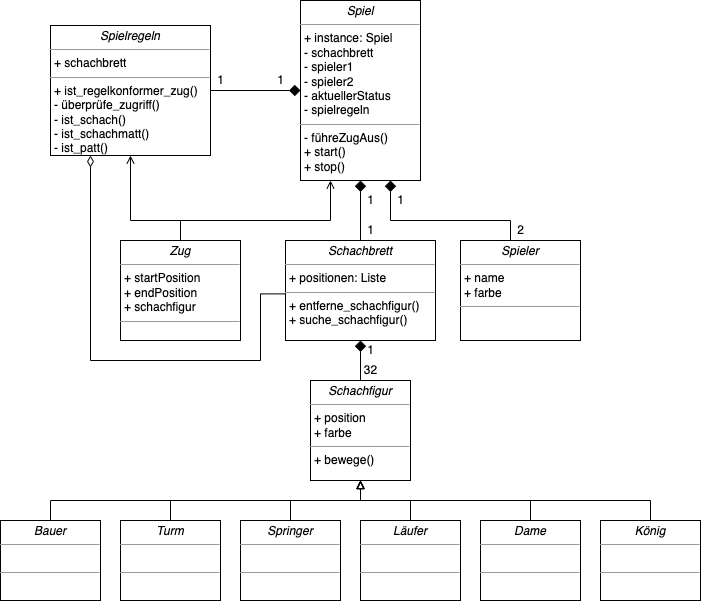
Before: Schach_UML.png, a diagram exported from draw.io (tobiasknode/chess). Source tidied: cells renumbered, new cells last; positions are measured from the earlier drawing's top-left corner, leaving out a move shared by most shapes.
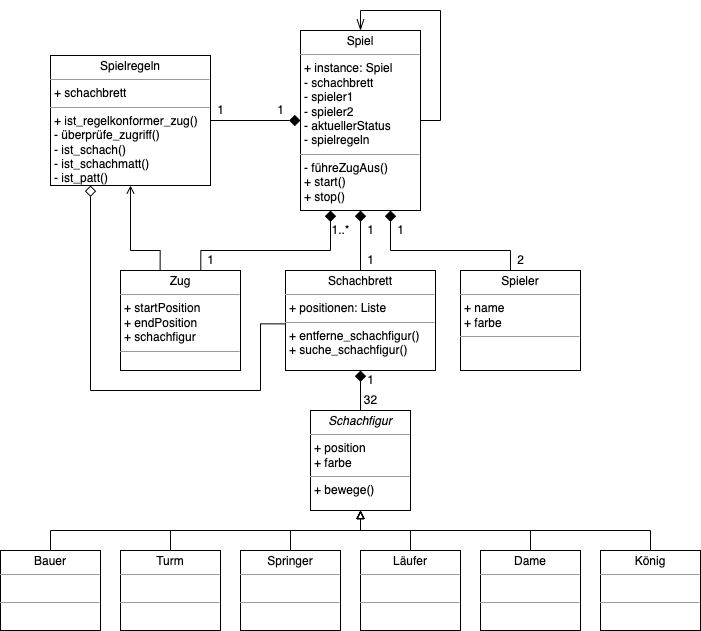
The same diagram one commit later.

Commit message:
CHORE: Updated UML diagram

Change to the diagram source:
```diff
@@ -5,10 +5,10 @@
     <mxCell id="2" style="edgeStyle=orthogonalEdgeStyle;rounded=0;jettySize=auto;html=1;endArrow=diamond;endFill=1;endSize=9;" parent="1" edge="1" source="3" target="4">
       <mxGeometry relative="1" as="geometry" />
     </mxCell>
-    <mxCell id="3" value="&lt;p style=&quot;margin:0px;margin-top:4px;text-align:center;&quot;&gt;&lt;i&gt;Spielregeln&lt;/i&gt;&lt;/p&gt;&lt;hr size=&quot;1&quot;&gt;&lt;p style=&quot;margin:0px;margin-left:4px;&quot;&gt;+ schachbrett&lt;/p&gt;&lt;hr size=&quot;1&quot;&gt;&lt;p style=&quot;margin:0px;margin-left:4px;&quot;&gt;+ ist_regelkonformer_zug()&lt;/p&gt;&lt;p style=&quot;margin:0px;margin-left:4px;&quot;&gt;- überprüfe_zugriff()&lt;br&gt;- ist_schach()&lt;/p&gt;&lt;p style=&quot;margin:0px;margin-left:4px;&quot;&gt;- ist_schachmatt()&lt;/p&gt;&lt;p style=&quot;margin:0px;margin-left:4px;&quot;&gt;- ist_patt()&lt;/p&gt;" style="verticalAlign=top;align=left;overflow=fill;fontSize=12;fontFamily=Helvetica;html=1;rounded=0;shadow=0;comic=0;labelBackgroundColor=none;strokeWidth=1;" parent="1" vertex="1">
+    <mxCell id="3" value="&lt;p style=&quot;margin:0px;margin-top:4px;text-align:center;&quot;&gt;Spielregeln&lt;/p&gt;&lt;hr size=&quot;1&quot;&gt;&lt;p style=&quot;margin:0px;margin-left:4px;&quot;&gt;+ schachbrett&lt;/p&gt;&lt;hr size=&quot;1&quot;&gt;&lt;p style=&quot;margin:0px;margin-left:4px;&quot;&gt;+ ist_regelkonformer_zug()&lt;/p&gt;&lt;p style=&quot;margin:0px;margin-left:4px;&quot;&gt;- überprüfe_zugriff()&lt;br&gt;- ist_schach()&lt;/p&gt;&lt;p style=&quot;margin:0px;margin-left:4px;&quot;&gt;- ist_schachmatt()&lt;/p&gt;&lt;p style=&quot;margin:0px;margin-left:4px;&quot;&gt;- ist_patt()&lt;/p&gt;" style="verticalAlign=top;align=left;overflow=fill;fontSize=12;fontFamily=Helvetica;html=1;rounded=0;shadow=0;comic=0;labelBackgroundColor=none;strokeWidth=1;" parent="1" vertex="1">
       <mxGeometry x="50" y="25" width="160" height="130" as="geometry" />
     </mxCell>
-    <mxCell id="4" value="&lt;p style=&quot;margin:0px;margin-top:4px;text-align:center;&quot;&gt;&lt;i&gt;Spiel&lt;/i&gt;&lt;/p&gt;&lt;hr size=&quot;1&quot;&gt;&lt;p style=&quot;margin:0px;margin-left:4px;&quot;&gt;+ instance: Spiel&lt;/p&gt;&lt;p style=&quot;margin:0px;margin-left:4px;&quot;&gt;- schachbrett&lt;/p&gt;&lt;p style=&quot;margin:0px;margin-left:4px;&quot;&gt;- spieler1&lt;/p&gt;&lt;p style=&quot;margin:0px;margin-left:4px;&quot;&gt;- spieler2&lt;/p&gt;&lt;p style=&quot;margin:0px;margin-left:4px;&quot;&gt;- aktuellerStatus&lt;/p&gt;&lt;p style=&quot;margin:0px;margin-left:4px;&quot;&gt;- spielregeln&lt;/p&gt;&lt;hr size=&quot;1&quot;&gt;&lt;p style=&quot;margin:0px;margin-left:4px;&quot;&gt;- führeZugAus()&lt;br&gt;&lt;/p&gt;&lt;p style=&quot;margin:0px;margin-left:4px;&quot;&gt;+ start()&lt;/p&gt;&lt;p style=&quot;margin:0px;margin-left:4px;&quot;&gt;+ stop()&lt;/p&gt;" style="verticalAlign=top;align=left;overflow=fill;fontSize=12;fontFamily=Helvetica;html=1;rounded=0;shadow=0;comic=0;labelBackgroundColor=none;strokeWidth=1;" parent="1" vertex="1">
+    <mxCell id="4" value="&lt;p style=&quot;margin:0px;margin-top:4px;text-align:center;&quot;&gt;Spiel&lt;/p&gt;&lt;hr size=&quot;1&quot;&gt;&lt;p style=&quot;margin:0px;margin-left:4px;&quot;&gt;+ instance: Spiel&lt;/p&gt;&lt;p style=&quot;margin:0px;margin-left:4px;&quot;&gt;- schachbrett&lt;/p&gt;&lt;p style=&quot;margin:0px;margin-left:4px;&quot;&gt;- spieler1&lt;/p&gt;&lt;p style=&quot;margin:0px;margin-left:4px;&quot;&gt;- spieler2&lt;/p&gt;&lt;p style=&quot;margin:0px;margin-left:4px;&quot;&gt;- aktuellerStatus&lt;/p&gt;&lt;p style=&quot;margin:0px;margin-left:4px;&quot;&gt;- spielregeln&lt;/p&gt;&lt;hr size=&quot;1&quot;&gt;&lt;p style=&quot;margin:0px;margin-left:4px;&quot;&gt;- führeZugAus()&lt;br&gt;&lt;/p&gt;&lt;p style=&quot;margin:0px;margin-left:4px;&quot;&gt;+ start()&lt;/p&gt;&lt;p style=&quot;margin:0px;margin-left:4px;&quot;&gt;+ stop()&lt;/p&gt;" style="verticalAlign=top;align=left;overflow=fill;fontSize=12;fontFamily=Helvetica;html=1;rounded=0;shadow=0;comic=0;labelBackgroundColor=none;strokeWidth=1;" parent="1" vertex="1">
       <mxGeometry x="300" width="120" height="180" as="geometry" />
     </mxCell>
     <mxCell id="5" style="edgeStyle=orthogonalEdgeStyle;rounded=0;jettySize=auto;html=1;entryX=0.5;entryY=1;entryDx=0;entryDy=0;endArrow=diamond;endFill=1;endSize=9;" parent="1" edge="1" source="6" target="21">
@@ -25,7 +25,7 @@
         </Array>
       </mxGeometry>
     </mxCell>
-    <mxCell id="8" value="&lt;p style=&quot;margin:0px;margin-top:4px;text-align:center;&quot;&gt;&lt;i&gt;Bauer&lt;/i&gt;&lt;/p&gt;&lt;hr size=&quot;1&quot;&gt;&lt;p style=&quot;margin:0px;margin-left:4px;&quot;&gt;&lt;br&gt;&lt;/p&gt;&lt;hr size=&quot;1&quot;&gt;&lt;p style=&quot;margin:0px;margin-left:4px;&quot;&gt;&lt;br&gt;&lt;/p&gt;" style="verticalAlign=top;align=left;overflow=fill;fontSize=12;fontFamily=Helvetica;html=1;rounded=0;shadow=0;comic=0;labelBackgroundColor=none;strokeWidth=1;" parent="1" vertex="1">
+    <mxCell id="8" value="&lt;p style=&quot;margin:0px;margin-top:4px;text-align:center;&quot;&gt;Bauer&lt;/p&gt;&lt;hr size=&quot;1&quot;&gt;&lt;p style=&quot;margin:0px;margin-left:4px;&quot;&gt;&lt;br&gt;&lt;/p&gt;&lt;hr size=&quot;1&quot;&gt;&lt;p style=&quot;margin:0px;margin-left:4px;&quot;&gt;&lt;br&gt;&lt;/p&gt;" style="verticalAlign=top;align=left;overflow=fill;fontSize=12;fontFamily=Helvetica;html=1;rounded=0;shadow=0;comic=0;labelBackgroundColor=none;strokeWidth=1;" parent="1" vertex="1">
       <mxGeometry y="520" width="100" height="80" as="geometry" />
     </mxCell>
     <mxCell id="9" style="edgeStyle=orthogonalEdgeStyle;rounded=0;jettySize=auto;html=1;entryX=0.5;entryY=1;entryDx=0;entryDy=0;endArrow=block;endFill=0;" parent="1" edge="1" source="10" target="6">
@@ -36,7 +36,7 @@
         </Array>
       </mxGeometry>
     </mxCell>
-    <mxCell id="10" value="&lt;p style=&quot;margin:0px;margin-top:4px;text-align:center;&quot;&gt;&lt;i&gt;Turm&lt;/i&gt;&lt;/p&gt;&lt;hr size=&quot;1&quot;&gt;&lt;p style=&quot;margin:0px;margin-left:4px;&quot;&gt;&lt;br&gt;&lt;/p&gt;&lt;hr size=&quot;1&quot;&gt;&lt;p style=&quot;margin:0px;margin-left:4px;&quot;&gt;&lt;br&gt;&lt;/p&gt;" style="verticalAlign=top;align=left;overflow=fill;fontSize=12;fontFamily=Helvetica;html=1;rounded=0;shadow=0;comic=0;labelBackgroundColor=none;strokeWidth=1;" parent="1" vertex="1">
+    <mxCell id="10" value="&lt;p style=&quot;margin:0px;margin-top:4px;text-align:center;&quot;&gt;Turm&lt;/p&gt;&lt;hr size=&quot;1&quot;&gt;&lt;p style=&quot;margin:0px;margin-left:4px;&quot;&gt;&lt;br&gt;&lt;/p&gt;&lt;hr size=&quot;1&quot;&gt;&lt;p style=&quot;margin:0px;margin-left:4px;&quot;&gt;&lt;br&gt;&lt;/p&gt;" style="verticalAlign=top;align=left;overflow=fill;fontSize=12;fontFamily=Helvetica;html=1;rounded=0;shadow=0;comic=0;labelBackgroundColor=none;strokeWidth=1;" parent="1" vertex="1">
       <mxGeometry x="120" y="520" width="100" height="80" as="geometry" />
     </mxCell>
     <mxCell id="11" style="edgeStyle=orthogonalEdgeStyle;rounded=0;jettySize=auto;html=1;endArrow=block;endFill=0;" parent="1" edge="1" source="12">
@@ -48,7 +48,7 @@
         </Array>
       </mxGeometry>
     </mxCell>
-    <mxCell id="12" value="&lt;p style=&quot;margin:0px;margin-top:4px;text-align:center;&quot;&gt;&lt;i&gt;Springer&lt;/i&gt;&lt;/p&gt;&lt;hr size=&quot;1&quot;&gt;&lt;p style=&quot;margin:0px;margin-left:4px;&quot;&gt;&lt;br&gt;&lt;/p&gt;&lt;hr size=&quot;1&quot;&gt;&lt;p style=&quot;margin:0px;margin-left:4px;&quot;&gt;&lt;br&gt;&lt;/p&gt;" style="verticalAlign=top;align=left;overflow=fill;fontSize=12;fontFamily=Helvetica;html=1;rounded=0;shadow=0;comic=0;labelBackgroundColor=none;strokeWidth=1;" parent="1" vertex="1">
+    <mxCell id="12" value="&lt;p style=&quot;margin:0px;margin-top:4px;text-align:center;&quot;&gt;Springer&lt;/p&gt;&lt;hr size=&quot;1&quot;&gt;&lt;p style=&quot;margin:0px;margin-left:4px;&quot;&gt;&lt;br&gt;&lt;/p&gt;&lt;hr size=&quot;1&quot;&gt;&lt;p style=&quot;margin:0px;margin-left:4px;&quot;&gt;&lt;br&gt;&lt;/p&gt;" style="verticalAlign=top;align=left;overflow=fill;fontSize=12;fontFamily=Helvetica;html=1;rounded=0;shadow=0;comic=0;labelBackgroundColor=none;strokeWidth=1;" parent="1" vertex="1">
       <mxGeometry x="240" y="520" width="100" height="80" as="geometry" />
     </mxCell>
     <mxCell id="13" style="edgeStyle=orthogonalEdgeStyle;rounded=0;jettySize=auto;html=1;endArrow=block;endFill=0;" parent="1" edge="1" source="14">
@@ -56,7 +56,7 @@
         <mxPoint x="360" y="480" as="targetPoint" />
       </mxGeometry>
     </mxCell>
-    <mxCell id="14" value="&lt;p style=&quot;margin:0px;margin-top:4px;text-align:center;&quot;&gt;&lt;i&gt;Läufer&lt;/i&gt;&lt;/p&gt;&lt;hr size=&quot;1&quot;&gt;&lt;p style=&quot;margin:0px;margin-left:4px;&quot;&gt;&lt;br&gt;&lt;/p&gt;&lt;hr size=&quot;1&quot;&gt;&lt;p style=&quot;margin:0px;margin-left:4px;&quot;&gt;&lt;br&gt;&lt;/p&gt;" style="verticalAlign=top;align=left;overflow=fill;fontSize=12;fontFamily=Helvetica;html=1;rounded=0;shadow=0;comic=0;labelBackgroundColor=none;strokeWidth=1;" parent="1" vertex="1">
+    <mxCell id="14" value="&lt;p style=&quot;margin:0px;margin-top:4px;text-align:center;&quot;&gt;Läufer&lt;/p&gt;&lt;hr size=&quot;1&quot;&gt;&lt;p style=&quot;margin:0px;margin-left:4px;&quot;&gt;&lt;br&gt;&lt;/p&gt;&lt;hr size=&quot;1&quot;&gt;&lt;p style=&quot;margin:0px;margin-left:4px;&quot;&gt;&lt;br&gt;&lt;/p&gt;" style="verticalAlign=top;align=left;overflow=fill;fontSize=12;fontFamily=Helvetica;html=1;rounded=0;shadow=0;comic=0;labelBackgroundColor=none;strokeWidth=1;" parent="1" vertex="1">
       <mxGeometry x="360" y="520" width="100" height="80" as="geometry" />
     </mxCell>
     <mxCell id="15" style="edgeStyle=orthogonalEdgeStyle;rounded=0;jettySize=auto;html=1;endArrow=block;endFill=0;" parent="1" edge="1" source="16">
@@ -68,7 +68,7 @@
         </Array>
       </mxGeometry>
     </mxCell>
-    <mxCell id="16" value="&lt;p style=&quot;margin:0px;margin-top:4px;text-align:center;&quot;&gt;&lt;i&gt;Dame&lt;/i&gt;&lt;/p&gt;&lt;hr size=&quot;1&quot;&gt;&lt;p style=&quot;margin:0px;margin-left:4px;&quot;&gt;&lt;br&gt;&lt;/p&gt;&lt;hr size=&quot;1&quot;&gt;&lt;p style=&quot;margin:0px;margin-left:4px;&quot;&gt;&lt;br&gt;&lt;/p&gt;" style="verticalAlign=top;align=left;overflow=fill;fontSize=12;fontFamily=Helvetica;html=1;rounded=0;shadow=0;comic=0;labelBackgroundColor=none;strokeWidth=1;" parent="1" vertex="1">
+    <mxCell id="16" value="&lt;p style=&quot;margin:0px;margin-top:4px;text-align:center;&quot;&gt;Dame&lt;/p&gt;&lt;hr size=&quot;1&quot;&gt;&lt;p style=&quot;margin:0px;margin-left:4px;&quot;&gt;&lt;br&gt;&lt;/p&gt;&lt;hr size=&quot;1&quot;&gt;&lt;p style=&quot;margin:0px;margin-left:4px;&quot;&gt;&lt;br&gt;&lt;/p&gt;" style="verticalAlign=top;align=left;overflow=fill;fontSize=12;fontFamily=Helvetica;html=1;rounded=0;shadow=0;comic=0;labelBackgroundColor=none;strokeWidth=1;" parent="1" vertex="1">
       <mxGeometry x="480" y="520" width="100" height="80" as="geometry" />
     </mxCell>
     <mxCell id="17" style="edgeStyle=orthogonalEdgeStyle;rounded=0;jettySize=auto;html=1;entryX=0.5;entryY=1;entryDx=0;entryDy=0;endArrow=block;endFill=0;" parent="1" edge="1" source="18" target="6">
@@ -79,7 +79,7 @@
         </Array>
       </mxGeometry>
     </mxCell>
-    <mxCell id="18" value="&lt;p style=&quot;margin:0px;margin-top:4px;text-align:center;&quot;&gt;&lt;i&gt;König&lt;/i&gt;&lt;/p&gt;&lt;hr size=&quot;1&quot;&gt;&lt;p style=&quot;margin:0px;margin-left:4px;&quot;&gt;&lt;br&gt;&lt;/p&gt;&lt;hr size=&quot;1&quot;&gt;&lt;p style=&quot;margin:0px;margin-left:4px;&quot;&gt;&lt;br&gt;&lt;/p&gt;" style="verticalAlign=top;align=left;overflow=fill;fontSize=12;fontFamily=Helvetica;html=1;rounded=0;shadow=0;comic=0;labelBackgroundColor=none;strokeWidth=1;" parent="1" vertex="1">
+    <mxCell id="18" value="&lt;p style=&quot;margin:0px;margin-top:4px;text-align:center;&quot;&gt;König&lt;/p&gt;&lt;hr size=&quot;1&quot;&gt;&lt;p style=&quot;margin:0px;margin-left:4px;&quot;&gt;&lt;br&gt;&lt;/p&gt;&lt;hr size=&quot;1&quot;&gt;&lt;p style=&quot;margin:0px;margin-left:4px;&quot;&gt;&lt;br&gt;&lt;/p&gt;" style="verticalAlign=top;align=left;overflow=fill;fontSize=12;fontFamily=Helvetica;html=1;rounded=0;shadow=0;comic=0;labelBackgroundColor=none;strokeWidth=1;" parent="1" vertex="1">
       <mxGeometry x="600" y="520" width="100" height="80" as="geometry" />
     </mxCell>
     <mxCell id="19" style="edgeStyle=orthogonalEdgeStyle;rounded=0;jettySize=auto;html=1;endArrow=diamond;endFill=1;endSize=9;" parent="1" edge="1" source="21" target="4">
@@ -90,7 +90,7 @@
         </Array>
       </mxGeometry>
     </mxCell>
-    <mxCell id="20" style="edgeStyle=orthogonalEdgeStyle;rounded=0;jettySize=auto;html=1;entryX=0.25;entryY=1;entryDx=0;entryDy=0;endArrow=diamondThin;endFill=0;exitX=-0.001;exitY=0.534;exitDx=0;exitDy=0;exitPerimeter=0;endSize=9;startSize=6;" parent="1" edge="1" source="21" target="3">
+    <mxCell id="20" style="edgeStyle=orthogonalEdgeStyle;rounded=0;jettySize=auto;html=1;entryX=0.25;entryY=1;entryDx=0;entryDy=0;endArrow=diamond;endFill=0;exitX=-0.001;exitY=0.534;exitDx=0;exitDy=0;exitPerimeter=0;endSize=9;startSize=6;" parent="1" edge="1" source="21" target="3">
       <mxGeometry relative="1" as="geometry">
         <Array as="points">
           <mxPoint x="260" y="293" />
@@ -99,26 +99,26 @@
         </Array>
       </mxGeometry>
     </mxCell>
-    <mxCell id="21" value="&lt;p style=&quot;margin:0px;margin-top:4px;text-align:center;&quot;&gt;&lt;i&gt;Schachbrett&lt;/i&gt;&lt;/p&gt;&lt;hr size=&quot;1&quot;&gt;&lt;p style=&quot;margin:0px;margin-left:4px;&quot;&gt;+ positionen: Liste&lt;/p&gt;&lt;hr size=&quot;1&quot;&gt;&lt;p style=&quot;margin:0px;margin-left:4px;&quot;&gt;+ entferne_schachfigur()&lt;/p&gt;&lt;p style=&quot;margin:0px;margin-left:4px;&quot;&gt;+ suche_schachfigur()&lt;/p&gt;" style="verticalAlign=top;align=left;overflow=fill;fontSize=12;fontFamily=Helvetica;html=1;rounded=0;shadow=0;comic=0;labelBackgroundColor=none;strokeWidth=1;" parent="1" vertex="1">
+    <mxCell id="21" value="&lt;p style=&quot;margin:0px;margin-top:4px;text-align:center;&quot;&gt;Schachbrett&lt;/p&gt;&lt;hr size=&quot;1&quot;&gt;&lt;p style=&quot;margin:0px;margin-left:4px;&quot;&gt;+ positionen: Liste&lt;/p&gt;&lt;hr size=&quot;1&quot;&gt;&lt;p style=&quot;margin:0px;margin-left:4px;&quot;&gt;+ entferne_schachfigur()&lt;/p&gt;&lt;p style=&quot;margin:0px;margin-left:4px;&quot;&gt;+ suche_schachfigur()&lt;/p&gt;" style="verticalAlign=top;align=left;overflow=fill;fontSize=12;fontFamily=Helvetica;html=1;rounded=0;shadow=0;comic=0;labelBackgroundColor=none;strokeWidth=1;" parent="1" vertex="1">
       <mxGeometry x="285" y="240" width="150" height="100" as="geometry" />
     </mxCell>
-    <mxCell id="22" style="edgeStyle=orthogonalEdgeStyle;rounded=0;jettySize=auto;html=1;entryX=0.25;entryY=1;entryDx=0;entryDy=0;endArrow=open;endFill=0;" parent="1" edge="1" source="24" target="4">
+    <mxCell id="22" style="edgeStyle=orthogonalEdgeStyle;rounded=0;jettySize=auto;html=1;entryX=0.25;entryY=1;entryDx=0;entryDy=0;endArrow=diamond;endFill=1;endSize=9;exitX=0.669;exitY=0.007;exitDx=0;exitDy=0;exitPerimeter=0;" parent="1" edge="1" source="24" target="4">
       <mxGeometry relative="1" as="geometry">
         <Array as="points">
-          <mxPoint x="180" y="220" />
+          <mxPoint x="200" y="220" />
           <mxPoint x="330" y="220" />
         </Array>
       </mxGeometry>
     </mxCell>
-    <mxCell id="23" style="edgeStyle=orthogonalEdgeStyle;rounded=0;jettySize=auto;html=1;entryX=0.5;entryY=1;entryDx=0;entryDy=0;endArrow=open;endFill=0;" parent="1" edge="1" source="24" target="3">
+    <mxCell id="23" style="edgeStyle=orthogonalEdgeStyle;rounded=0;jettySize=auto;html=1;entryX=0.5;entryY=1;entryDx=0;entryDy=0;endArrow=open;endFill=0;exitX=0.33;exitY=0.005;exitDx=0;exitDy=0;exitPerimeter=0;" parent="1" edge="1" source="24" target="3">
       <mxGeometry relative="1" as="geometry">
         <Array as="points">
-          <mxPoint x="180" y="220" />
+          <mxPoint x="160" y="220" />
           <mxPoint x="130" y="220" />
         </Array>
       </mxGeometry>
     </mxCell>
-    <mxCell id="24" value="&lt;p style=&quot;margin:0px;margin-top:4px;text-align:center;&quot;&gt;&lt;i&gt;Zug&lt;/i&gt;&lt;/p&gt;&lt;hr size=&quot;1&quot;&gt;&lt;p style=&quot;margin:0px;margin-left:4px;&quot;&gt;+ startPosition&amp;nbsp;&lt;/p&gt;&lt;p style=&quot;margin:0px;margin-left:4px;&quot;&gt;+ endPosition&amp;nbsp;&lt;/p&gt;&lt;p style=&quot;margin:0px;margin-left:4px;&quot;&gt;+ schachfigur&lt;/p&gt;&lt;hr size=&quot;1&quot;&gt;&lt;p style=&quot;margin:0px;margin-left:4px;&quot;&gt;&lt;br&gt;&lt;/p&gt;" style="verticalAlign=top;align=left;overflow=fill;fontSize=12;fontFamily=Helvetica;html=1;rounded=0;shadow=0;comic=0;labelBackgroundColor=none;strokeWidth=1;" parent="1" vertex="1">
+    <mxCell id="24" value="&lt;p style=&quot;margin:0px;margin-top:4px;text-align:center;&quot;&gt;Zug&lt;/p&gt;&lt;hr size=&quot;1&quot;&gt;&lt;p style=&quot;margin:0px;margin-left:4px;&quot;&gt;+ startPosition&amp;nbsp;&lt;/p&gt;&lt;p style=&quot;margin:0px;margin-left:4px;&quot;&gt;+ endPosition&amp;nbsp;&lt;/p&gt;&lt;p style=&quot;margin:0px;margin-left:4px;&quot;&gt;+ schachfigur&lt;/p&gt;&lt;hr size=&quot;1&quot;&gt;&lt;p style=&quot;margin:0px;margin-left:4px;&quot;&gt;&lt;br&gt;&lt;/p&gt;" style="verticalAlign=top;align=left;overflow=fill;fontSize=12;fontFamily=Helvetica;html=1;rounded=0;shadow=0;comic=0;labelBackgroundColor=none;strokeWidth=1;" parent="1" vertex="1">
       <mxGeometry x="120" y="240" width="120" height="100" as="geometry" />
     </mxCell>
     <mxCell id="25" style="edgeStyle=orthogonalEdgeStyle;rounded=0;jettySize=auto;html=1;entryX=0.75;entryY=1;entryDx=0;entryDy=0;endArrow=diamond;endFill=1;endSize=9;" parent="1" edge="1" source="26" target="4">
@@ -129,7 +129,7 @@
         </Array>
       </mxGeometry>
     </mxCell>
-    <mxCell id="26" value="&lt;p style=&quot;margin:0px;margin-top:4px;text-align:center;&quot;&gt;&lt;i&gt;Spieler&lt;/i&gt;&lt;/p&gt;&lt;hr size=&quot;1&quot;&gt;&lt;p style=&quot;margin:0px;margin-left:4px;&quot;&gt;+ name&amp;nbsp;&lt;/p&gt;&lt;p style=&quot;margin:0px;margin-left:4px;&quot;&gt;+ farbe&lt;/p&gt;&lt;hr size=&quot;1&quot;&gt;&lt;p style=&quot;margin:0px;margin-left:4px;&quot;&gt;&lt;br&gt;&lt;/p&gt;" style="verticalAlign=top;align=left;overflow=fill;fontSize=12;fontFamily=Helvetica;html=1;rounded=0;shadow=0;comic=0;labelBackgroundColor=none;strokeWidth=1;" parent="1" vertex="1">
+    <mxCell id="26" value="&lt;p style=&quot;margin:0px;margin-top:4px;text-align:center;&quot;&gt;Spieler&lt;/p&gt;&lt;hr size=&quot;1&quot;&gt;&lt;p style=&quot;margin:0px;margin-left:4px;&quot;&gt;+ name&amp;nbsp;&lt;/p&gt;&lt;p style=&quot;margin:0px;margin-left:4px;&quot;&gt;+ farbe&lt;/p&gt;&lt;hr size=&quot;1&quot;&gt;&lt;p style=&quot;margin:0px;margin-left:4px;&quot;&gt;&lt;br&gt;&lt;/p&gt;" style="verticalAlign=top;align=left;overflow=fill;fontSize=12;fontFamily=Helvetica;html=1;rounded=0;shadow=0;comic=0;labelBackgroundColor=none;strokeWidth=1;" parent="1" vertex="1">
       <mxGeometry x="460" y="240" width="120" height="100" as="geometry" />
     </mxCell>
     <mxCell id="27" value="1" style="text;html=1;align=center;verticalAlign=middle;strokeColor=none;fillColor=none;" parent="1" vertex="1">
@@ -156,5 +156,20 @@
     <mxCell id="34" value="1" style="text;html=1;align=center;verticalAlign=middle;strokeColor=none;fillColor=none;" parent="1" vertex="1">
       <mxGeometry x="210" y="70" width="20" height="20" as="geometry" />
     </mxCell>
+    <mxCell id="35" value="1" style="text;html=1;align=center;verticalAlign=middle;strokeColor=none;fillColor=none;" parent="1" vertex="1">
+      <mxGeometry x="200" y="220" width="20" height="20" as="geometry" />
+    </mxCell>
+    <mxCell id="36" value="1..*" style="text;html=1;align=center;verticalAlign=middle;strokeColor=none;fillColor=none;" parent="1" vertex="1">
+      <mxGeometry x="325" y="190" width="30" height="20" as="geometry" />
+    </mxCell>
+    <mxCell id="37" style="endArrow=openThin;endFill=0;endSize=9;html=1;rounded=0;entryX=0.5;entryY=0;entryDx=0;entryDy=0;exitX=1;exitY=0.5;exitDx=0;exitDy=0;" parent="1" edge="1" source="4" target="4">
+      <mxGeometry relative="1" as="geometry">
+        <Array as="points">
+          <mxPoint x="440" y="90" />
+          <mxPoint x="440" y="-20" />
+          <mxPoint x="360" y="-20" />
+        </Array>
+      </mxGeometry>
+    </mxCell>
   </root>
 </mxGraphModel>
```
